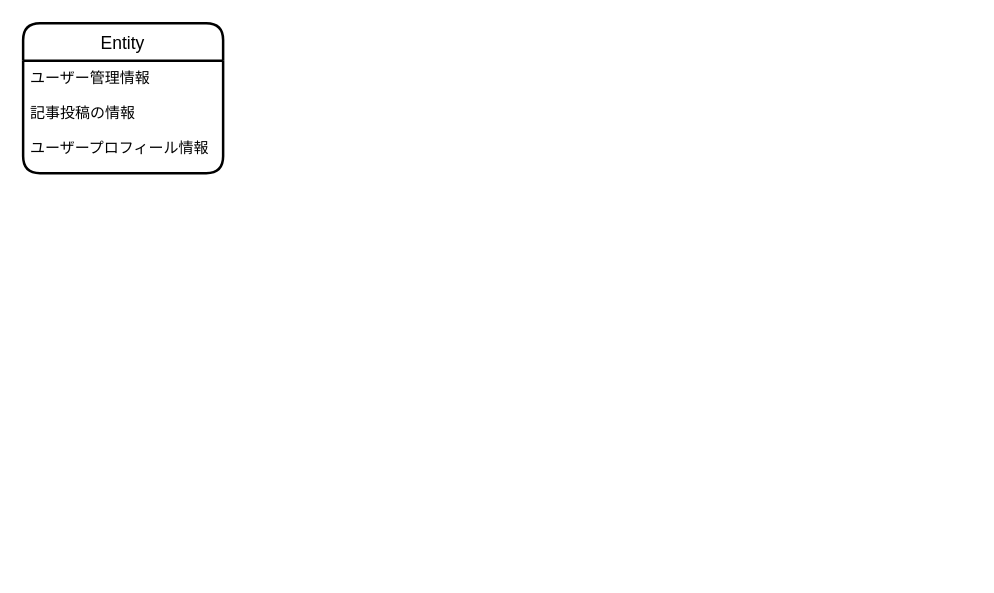
This is youme.dio from yait-ucess/YouMe, a draw.io file, before an edit. Source tidied: cells renumbered, new cells numbered last; positions are measured from the earlier drawing's top-left corner, leaving out a move shared by most shapes. Both pictures are drawn from the tidied source at 125%, with x=0, y=0 at pixel (22, 22).
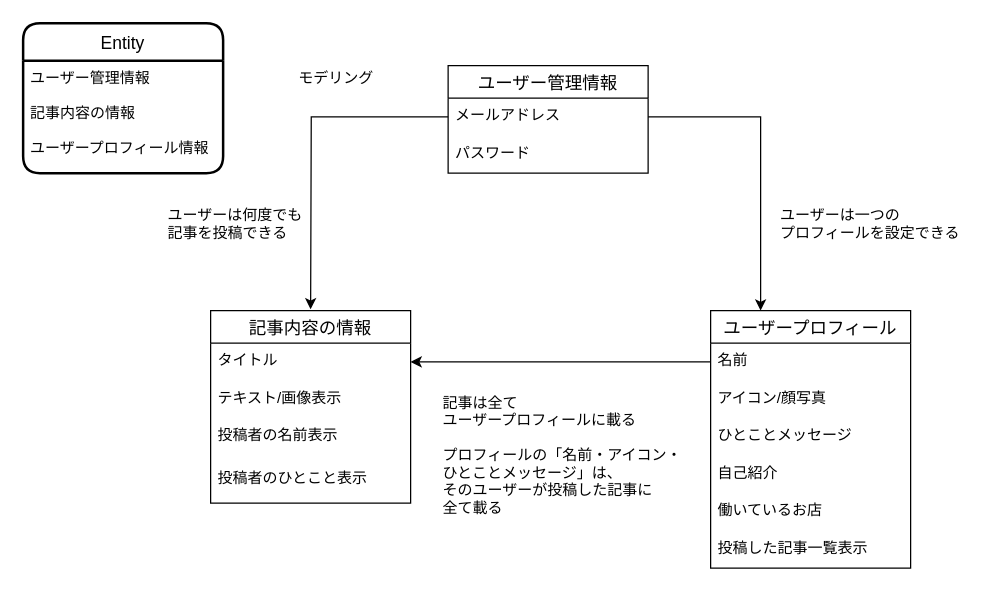
Above is the later version.

Commit message:
モデリング

Unchanged cells that the change refers to:
```xml
<mxCell id="2" value="Entity" style="swimlane;horizontal=1;startSize=30;rounded=1;fontSize=14;fontStyle=0;strokeWidth=2;shadow=0;dashed=0;align=center;" parent="1" vertex="1">
  <mxGeometry width="160" height="120" as="geometry" />
</mxCell>
```

Diff of the diagram source:
```diff
@@
-    <mxCell id="3" value="ユーザー管理情報&#10;&#10;記事投稿の情報&#10;&#10;ユーザープロフィール情報" style="align=left;strokeColor=none;fillColor=none;spacingLeft=4;fontSize=12;verticalAlign=top;" parent="2" vertex="1">
+    <mxCell id="3" value="ユーザー管理情報&#10;&#10;記事内容の情報&#10;&#10;ユーザープロフィール情報" style="align=left;strokeColor=none;fillColor=none;spacingLeft=4;fontSize=12;verticalAlign=top;" parent="2" vertex="1">
       <mxGeometry y="30" width="160" height="90" as="geometry" />
     </mxCell>
+    <mxCell id="4" value="ユーザー管理情報" style="swimlane;fontStyle=0;horizontal=1;startSize=26;align=center;fontSize=14;" parent="1" vertex="1">
+      <mxGeometry x="340" y="34" width="160" height="86" as="geometry" />
+    </mxCell>
+    <mxCell id="5" value="メールアドレス&#10;&#10;" style="text;strokeColor=none;fillColor=none;spacingLeft=4;spacingRight=4;overflow=hidden;points=[[0,0.5],[1,0.5]];portConstraint=eastwest;fontSize=12;" parent="4" vertex="1">
+      <mxGeometry y="26" width="160" height="30" as="geometry" />
+    </mxCell>
+    <mxCell id="6" value="パスワード" style="text;strokeColor=none;fillColor=none;spacingLeft=4;spacingRight=4;overflow=hidden;fontSize=12;" parent="4" vertex="1">
+      <mxGeometry y="56" width="160" height="30" as="geometry" />
+    </mxCell>
+    <mxCell id="7" value="記事内容の情報" style="swimlane;fontStyle=0;horizontal=1;startSize=26;align=center;fontSize=14;" parent="1" vertex="1">
+      <mxGeometry x="150" y="230" width="160" height="154" as="geometry" />
+    </mxCell>
+    <mxCell id="8" value="タイトル&#10;&#10;&#10;" style="text;strokeColor=none;fillColor=none;spacingLeft=4;spacingRight=4;overflow=hidden;points=[[0,0.5],[1,0.5]];portConstraint=eastwest;fontSize=12;" parent="7" vertex="1">
+      <mxGeometry y="26" width="160" height="30" as="geometry" />
+    </mxCell>
+    <mxCell id="9" value="テキスト/画像表示" style="text;strokeColor=none;fillColor=none;spacingLeft=4;spacingRight=4;overflow=hidden;fontSize=12;" parent="7" vertex="1">
+      <mxGeometry y="56" width="160" height="30" as="geometry" />
+    </mxCell>
+    <mxCell id="10" value="投稿者の名前表示" style="text;strokeColor=none;fillColor=none;spacingLeft=4;spacingRight=4;overflow=hidden;fontSize=12;" parent="7" vertex="1">
+      <mxGeometry y="86" width="160" height="34" as="geometry" />
+    </mxCell>
+    <mxCell id="11" value="投稿者のひとこと表示" style="text;strokeColor=none;fillColor=none;spacingLeft=4;spacingRight=4;overflow=hidden;fontSize=12;" parent="7" vertex="1">
+      <mxGeometry y="120" width="160" height="34" as="geometry" />
+    </mxCell>
+    <mxCell id="12" value="モデリング" style="text;html=1;align=center;verticalAlign=middle;" parent="1" vertex="1">
+      <mxGeometry x="210" y="34" width="80" height="20" as="geometry" />
+    </mxCell>
+    <mxCell id="13" value="ユーザーは何度でも&#10;記事を投稿できる" style="text;strokeColor=none;fillColor=none;spacingLeft=4;spacingRight=4;overflow=hidden;fontSize=12;" parent="1" vertex="1">
+      <mxGeometry x="110" y="140" width="160" height="34" as="geometry" />
+    </mxCell>
+    <mxCell id="14" style="edgeStyle=orthogonalEdgeStyle;rounded=0;jettySize=auto;html=1;exitX=0;exitY=0.5;exitDx=0;exitDy=0;" parent="1" edge="1" source="5">
+      <mxGeometry relative="1" as="geometry">
+        <mxPoint x="230" y="229" as="targetPoint" />
+      </mxGeometry>
+    </mxCell>
+    <mxCell id="15" value="ユーザーは一つの&#10;プロフィールを設定できる" style="text;strokeColor=none;fillColor=none;spacingLeft=4;spacingRight=4;overflow=hidden;fontSize=12;" parent="1" vertex="1">
+      <mxGeometry x="600" y="140" width="160" height="34" as="geometry" />
+    </mxCell>
+    <mxCell id="16" style="edgeStyle=orthogonalEdgeStyle;rounded=0;jettySize=auto;html=1;exitX=1;exitY=0.5;exitDx=0;exitDy=0;entryX=0.25;entryY=0;entryDx=0;entryDy=0;" parent="1" edge="1" source="5" target="17">
+      <mxGeometry relative="1" as="geometry">
+        <Array as="points">
+          <mxPoint x="590" y="75" />
+        </Array>
+      </mxGeometry>
+    </mxCell>
+    <mxCell id="17" value="ユーザープロフィール" style="swimlane;fontStyle=0;horizontal=1;startSize=26;align=center;fontSize=14;" parent="1" vertex="1">
+      <mxGeometry x="550" y="230" width="160" height="206" as="geometry" />
+    </mxCell>
+    <mxCell id="18" value="名前" style="text;strokeColor=none;fillColor=none;spacingLeft=4;spacingRight=4;overflow=hidden;points=[[0,0.5],[1,0.5]];portConstraint=eastwest;fontSize=12;" parent="17" vertex="1">
+      <mxGeometry y="26" width="160" height="30" as="geometry" />
+    </mxCell>
+    <mxCell id="19" value="アイコン/顔写真" style="text;strokeColor=none;fillColor=none;spacingLeft=4;spacingRight=4;overflow=hidden;fontSize=12;" parent="17" vertex="1">
+      <mxGeometry y="56" width="160" height="30" as="geometry" />
+    </mxCell>
+    <mxCell id="20" value="ひとことメッセージ" style="text;strokeColor=none;fillColor=none;spacingLeft=4;spacingRight=4;overflow=hidden;fontSize=12;" parent="17" vertex="1">
+      <mxGeometry y="86" width="160" height="30" as="geometry" />
+    </mxCell>
+    <mxCell id="21" value="自己紹介" style="text;strokeColor=none;fillColor=none;spacingLeft=4;spacingRight=4;overflow=hidden;fontSize=12;" parent="17" vertex="1">
+      <mxGeometry y="116" width="160" height="30" as="geometry" />
+    </mxCell>
+    <mxCell id="22" value="働いているお店" style="text;strokeColor=none;fillColor=none;spacingLeft=4;spacingRight=4;overflow=hidden;fontSize=12;" parent="17" vertex="1">
+      <mxGeometry y="146" width="160" height="30" as="geometry" />
+    </mxCell>
+    <mxCell id="23" value="投稿した記事一覧表示" style="text;strokeColor=none;fillColor=none;spacingLeft=4;spacingRight=4;overflow=hidden;fontSize=12;" parent="17" vertex="1">
+      <mxGeometry y="176" width="160" height="30" as="geometry" />
+    </mxCell>
+    <mxCell id="24" value="記事は全て&#10;ユーザープロフィールに載る&#10;&#10;プロフィールの「名前・アイコン・&#10;ひとことメッセージ」は、&#10;そのユーザーが投稿した記事に&#10;全て載る" style="text;strokeColor=none;fillColor=none;spacingLeft=4;spacingRight=4;overflow=hidden;fontSize=12;" parent="1" vertex="1">
+      <mxGeometry x="330" y="290" width="210" height="110" as="geometry" />
+    </mxCell>
+    <mxCell id="25" style="edgeStyle=orthogonalEdgeStyle;rounded=0;jettySize=auto;html=1;exitX=0;exitY=0.5;exitDx=0;exitDy=0;entryX=1;entryY=0.5;entryDx=0;entryDy=0;" parent="1" edge="1" source="18" target="8">
+      <mxGeometry relative="1" as="geometry" />
+    </mxCell>
```
